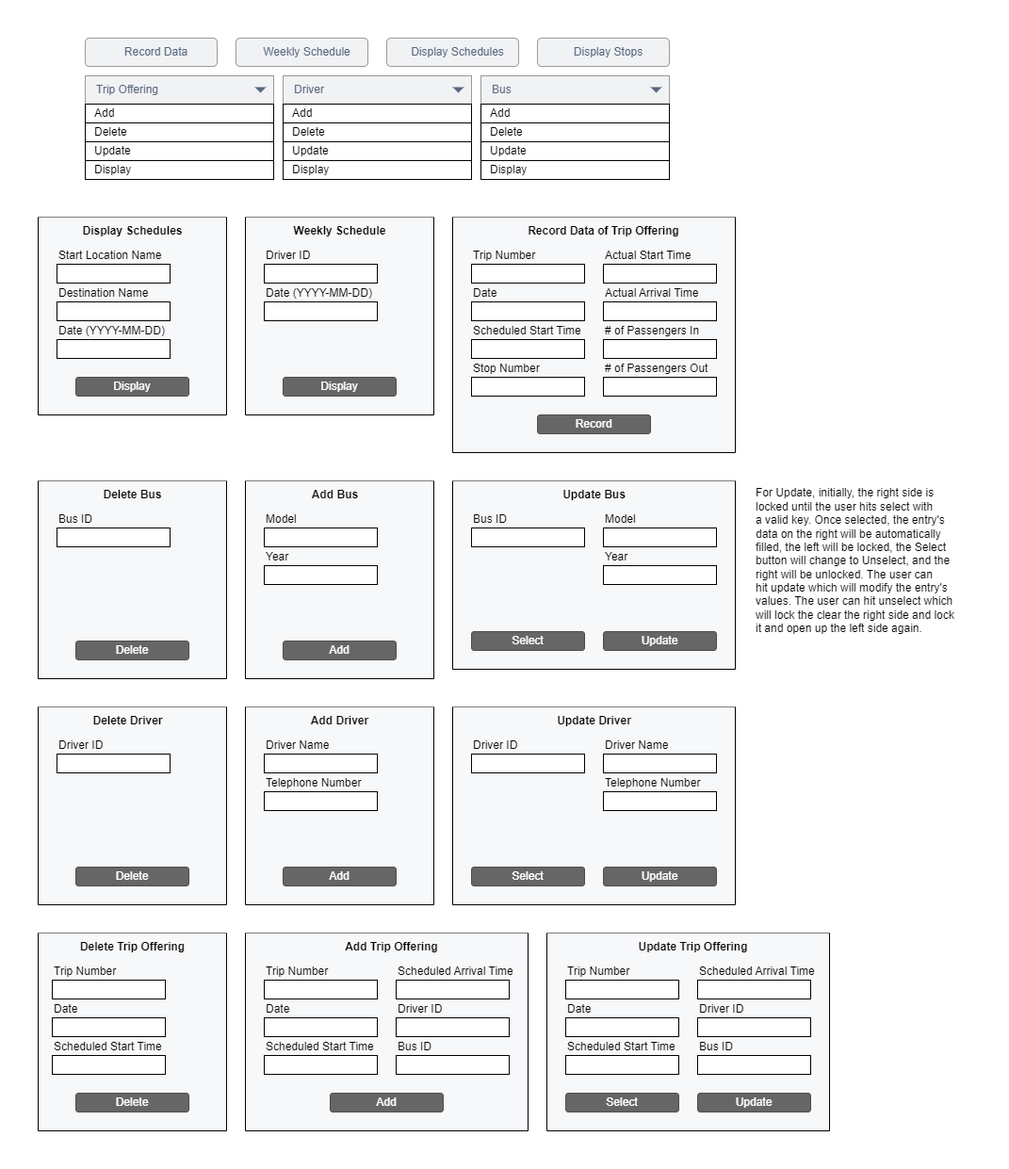
NoleSerrano/Transit-System keeps this draw.io diagram as Notes/PTS Storyboard.png. Above is the earlier version. Source tidied: cells renumbered, new cells last; positions are measured from the earlier drawing's top-left corner, leaving out a move shared by most shapes.
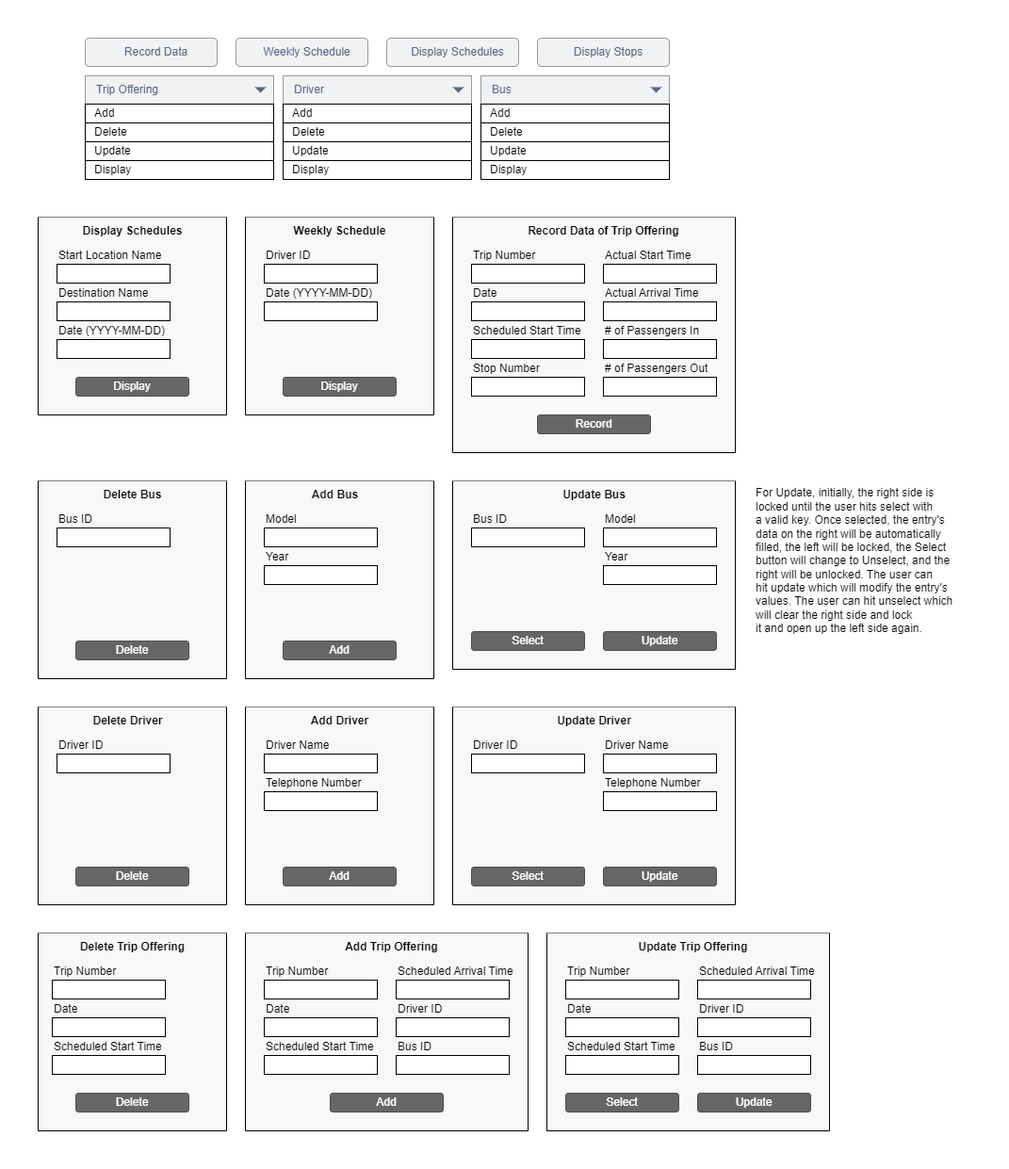
Later version of the same file.

Diff of the diagram source:
```diff
@@ -431,7 +431,7 @@
     <mxCell id="142" value="Display Stops" style="rounded=1;fillColor=#F1F2F4;strokeColor=#999999;html=1;fontColor=#596780;align=center;fontSize=12;spacingLeft=10;sketch=0;" parent="1" vertex="1">
       <mxGeometry x="530" width="140" height="30" as="geometry" />
     </mxCell>
-    <mxCell id="143" value="For Update, initially, the right side is&amp;nbsp;&lt;br&gt;locked until the user hits select with&lt;br&gt;a valid key. Once selected, the entry's&lt;br&gt;data on the right will be automatically&lt;br&gt;filled, the left will be locked, the Select&lt;br&gt;button will change to Unselect, and the&lt;br&gt;right will be unlocked. The user can&lt;br&gt;hit update which will modify the entry's&lt;br&gt;values. The user can hit unselect which&lt;br&gt;will lock the clear the right side and lock&lt;br&gt;it and open up the left side again." style="text;html=1;align=left;verticalAlign=middle;strokeColor=none;fillColor=none;" parent="1" vertex="1">
+    <mxCell id="143" value="For Update, initially, the right side is&amp;nbsp;&lt;br&gt;locked until the user hits select with&lt;br&gt;a valid key. Once selected, the entry's&lt;br&gt;data on the right will be automatically&lt;br&gt;filled, the left will be locked, the Select&lt;br&gt;button will change to Unselect, and the&lt;br&gt;right will be unlocked. The user can&lt;br&gt;hit update which will modify the entry's&lt;br&gt;values. The user can hit unselect which&lt;br&gt;will clear the right side and lock&lt;br&gt;it and open up the left side again." style="text;html=1;align=left;verticalAlign=middle;strokeColor=none;fillColor=none;" parent="1" vertex="1">
       <mxGeometry x="760" y="470" width="230" height="170" as="geometry" />
     </mxCell>
   </root>
```
